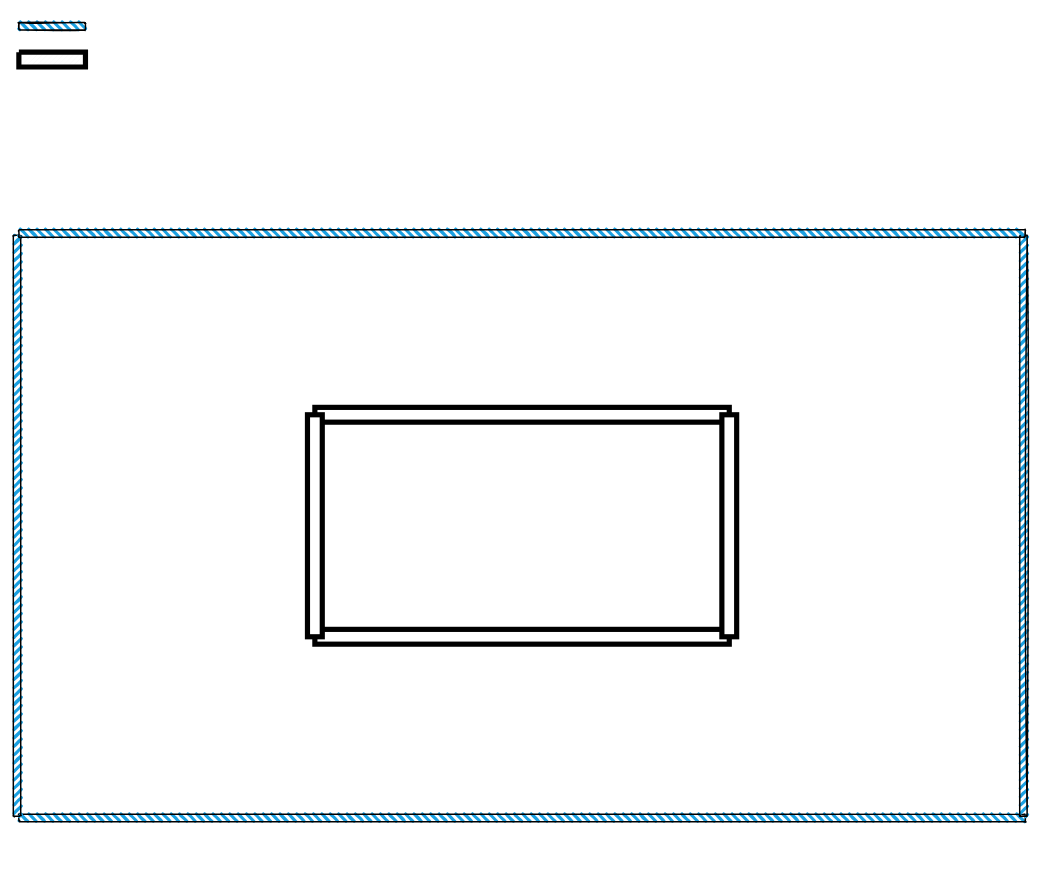
Before: Untitled Diagram.drawio in Zet03/zet-Portfolio, a draw.io diagram. Source tidied: cells renumbered, new cells numbered last; positions are measured from the earlier drawing's top-left corner, leaving out a move shared by most shapes. Both pictures are drawn from the tidied source at 74%, with x=0, y=0 at pixel (-274, 22).
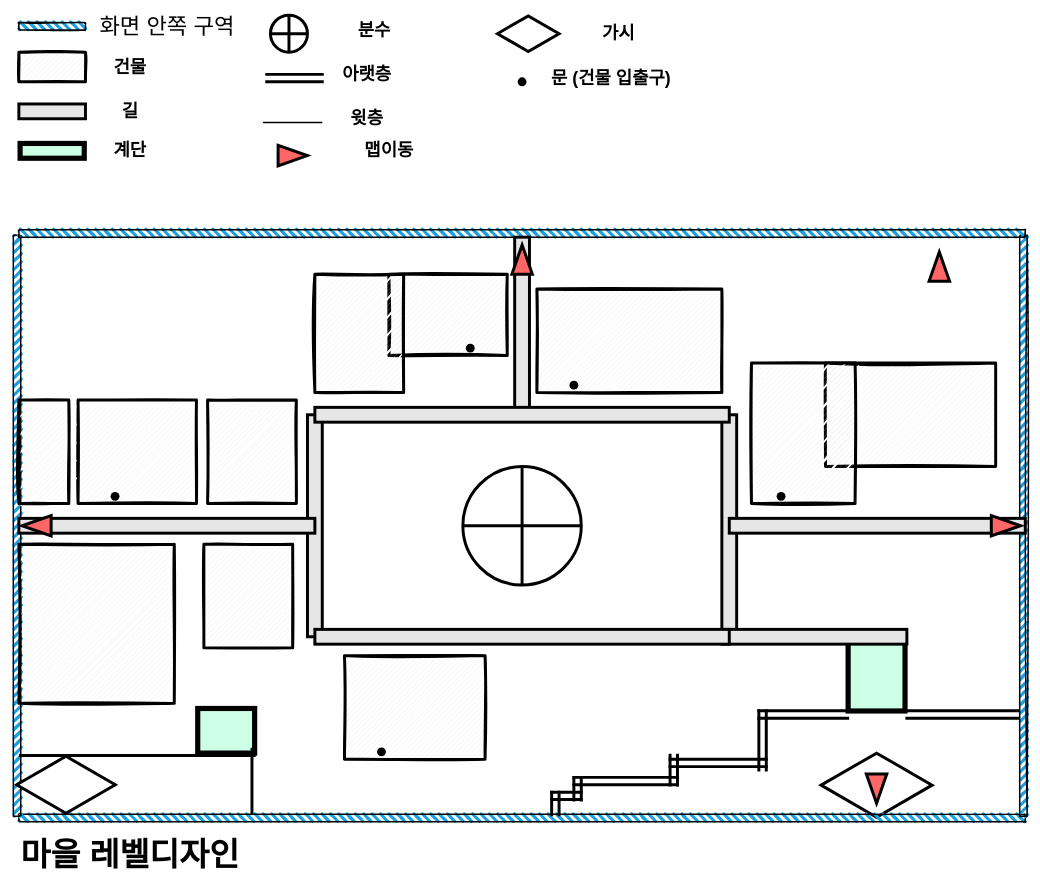
After the change.

Diff of the diagram source:
```diff
@@
+    <mxCell id="12" style="html=1;whiteSpace=wrap;shape=isoRectangle;shadow=0;sketch=0;strokeWidth=4;fillColor=#FFFFFF;gradientColor=#FFFFFF;" parent="1" vertex="1">
+      <mxGeometry x="1479.1" y="985.5" width="150" height="90" as="geometry" />
+    </mxCell>
+    <mxCell id="13" style="verticalLabelPosition=bottom;verticalAlign=top;html=1;shape=mxgraph.basic.patternFillRect;fillStyle=diag;step=5;fillStrokeWidth=0.2;fillStrokeColor=#dddddd;strokeWidth=4;gradientColor=#ffffff;fillColor=#FFFFFF;gradientDirection=south;shadow=0;sketch=1;" parent="1" vertex="1">
+      <mxGeometry x="895" y="340" width="160" height="110" as="geometry" />
+    </mxCell>
+    <mxCell id="14" style="rounded=0;whiteSpace=wrap;html=1;strokeWidth=7;rotation=90;fillColor=#CCFFE6;" parent="1" vertex="1">
+      <mxGeometry x="1503.9" y="841.7" width="100.3" height="76.9" as="geometry" />
+    </mxCell>
@@
-    <mxCell id="7" style="verticalLabelPosition=bottom;verticalAlign=top;html=1;shape=mxgraph.basic.patternFillRect;fillStyle=diag;step=5;fillStrokeWidth=0.2;fillStrokeColor=#dddddd;strokeWidth=7;" parent="1" vertex="1">
-      <mxGeometry x="395" y="40" width="90" height="20" as="geometry" />
+    <mxCell id="7" style="verticalLabelPosition=bottom;verticalAlign=top;html=1;shape=mxgraph.basic.patternFillRect;fillStyle=diag;step=5;fillStrokeWidth=0.2;fillStrokeColor=#dddddd;strokeWidth=4;sketch=1;" parent="1" vertex="1">
+      <mxGeometry x="395" y="40" width="90" height="40" as="geometry" />
     </mxCell>
-    <mxCell id="8" style="rounded=0;whiteSpace=wrap;html=1;strokeWidth=7;" parent="1" vertex="1">
-      <mxGeometry x="795" y="520" width="560" height="20" as="geometry" />
-    </mxCell>
-    <mxCell id="9" style="rounded=0;whiteSpace=wrap;html=1;strokeWidth=7;" parent="1" vertex="1">
-      <mxGeometry x="795" y="820" width="560" height="20" as="geometry" />
-    </mxCell>
-    <mxCell id="10" style="rounded=0;whiteSpace=wrap;html=1;strokeWidth=7;" parent="1" vertex="1">
+    <mxCell id="10" style="rounded=0;whiteSpace=wrap;html=1;strokeWidth=4;fillColor=#E6E6E6;" parent="1" vertex="1">
       <mxGeometry x="785" y="530" width="20" height="300" as="geometry" />
     </mxCell>
-    <mxCell id="11" style="rounded=0;whiteSpace=wrap;html=1;strokeWidth=7;" parent="1" vertex="1">
+    <mxCell id="11" style="rounded=0;whiteSpace=wrap;html=1;strokeWidth=4;fillColor=#E6E6E6;" parent="1" vertex="1">
       <mxGeometry x="1345" y="530" width="20" height="300" as="geometry" />
     </mxCell>
+    <mxCell id="15" style="rounded=0;whiteSpace=wrap;html=1;strokeWidth=4;fillColor=#E6E6E6;" parent="1" vertex="1">
+      <mxGeometry x="1065" y="290" width="20" height="240" as="geometry" />
+    </mxCell>
+    <mxCell id="16" style="rounded=0;whiteSpace=wrap;html=1;strokeWidth=4;fillColor=#E6E6E6;rotation=90;" parent="1" vertex="1">
+      <mxGeometry x="1460" y="705" width="20" height="250" as="geometry" />
+    </mxCell>
+    <mxCell id="9" style="rounded=0;whiteSpace=wrap;html=1;strokeWidth=4;fillColor=#E6E6E6;" parent="1" vertex="1">
+      <mxGeometry x="795" y="820" width="560" height="20" as="geometry" />
+    </mxCell>
+    <mxCell id="8" style="rounded=0;whiteSpace=wrap;html=1;strokeWidth=4;fillColor=#E6E6E6;" parent="1" vertex="1">
+      <mxGeometry x="795" y="520" width="560" height="20" as="geometry" />
+    </mxCell>
+    <mxCell id="17" style="rounded=0;whiteSpace=wrap;html=1;strokeWidth=4;fillColor=#E6E6E6;" parent="1" vertex="1">
+      <mxGeometry x="395" y="670" width="400" height="20" as="geometry" />
+    </mxCell>
+    <mxCell id="18" style="rounded=0;whiteSpace=wrap;html=1;strokeWidth=4;fillColor=#E6E6E6;" parent="1" vertex="1">
+      <mxGeometry x="1355" y="670" width="400" height="20" as="geometry" />
+    </mxCell>
+    <mxCell id="19" style="rounded=0;whiteSpace=wrap;html=1;strokeWidth=4;fillColor=#E6E6E6;" parent="1" vertex="1">
+      <mxGeometry x="395" y="110" width="90" height="20" as="geometry" />
+    </mxCell>
+    <mxCell id="20" style="rounded=0;whiteSpace=wrap;html=1;strokeWidth=7;rotation=90;fillColor=#CCFFE6;" parent="1" vertex="1">
+      <mxGeometry x="645" y="918.6" width="60.3" height="76.9" as="geometry" />
+    </mxCell>
+    <mxCell id="21" style="line;strokeWidth=4;html=1;perimeter=backbonePerimeter;fillColor=#CCFFE6;gradientColor=#ffffff;" parent="1" vertex="1">
+      <mxGeometry x="395" y="985.5" width="320" height="10" as="geometry" />
+    </mxCell>
+    <mxCell id="22" style="line;strokeWidth=4;html=1;perimeter=backbonePerimeter;fillColor=#CCFFE6;gradientColor=#ffffff;rotation=90;" parent="1" vertex="1">
+      <mxGeometry x="665" y="1020" width="90" height="10" as="geometry" />
+    </mxCell>
+    <mxCell id="23" style="rounded=0;whiteSpace=wrap;html=1;strokeWidth=7;rotation=90;fillColor=#CCFFE6;" parent="1" vertex="1">
+      <mxGeometry x="430" y="130" width="20" height="86.7" as="geometry" />
+    </mxCell>
+    <mxCell id="24" style="verticalLabelPosition=bottom;verticalAlign=top;html=1;shape=mxgraph.basic.patternFillRect;fillStyle=diag;step=5;fillStrokeWidth=0.2;fillStrokeColor=#dddddd;strokeWidth=4;gradientColor=#ffffff;fillColor=#FFFFFF;gradientDirection=south;shadow=0;sketch=1;" parent="1" vertex="1">
+      <mxGeometry x="795" y="340" width="120" height="160" as="geometry" />
+    </mxCell>
+    <mxCell id="25" style="verticalLabelPosition=bottom;verticalAlign=top;html=1;shape=mxgraph.basic.patternFillRect;fillStyle=diag;step=5;fillStrokeWidth=0.2;fillStrokeColor=#dddddd;shadow=0;sketch=1;strokeWidth=4;fillColor=#FFFFFF;gradientColor=#FFFFFF;" parent="1" vertex="1">
+      <mxGeometry x="650" y="510" width="120" height="140" as="geometry" />
+    </mxCell>
+    <mxCell id="26" style="verticalLabelPosition=bottom;verticalAlign=top;html=1;shape=mxgraph.basic.patternFillRect;fillStyle=diag;step=5;fillStrokeWidth=0.2;fillStrokeColor=#dddddd;shadow=0;sketch=1;strokeWidth=4;fillColor=#FFFFFF;gradientColor=#FFFFFF;" parent="1" vertex="1">
+      <mxGeometry x="475" y="510" width="160" height="140" as="geometry" />
+    </mxCell>
+    <mxCell id="27" style="verticalLabelPosition=bottom;verticalAlign=top;html=1;shape=mxgraph.basic.patternFillRect;fillStyle=diag;step=5;fillStrokeWidth=0.2;fillStrokeColor=#dddddd;shadow=0;sketch=1;strokeWidth=4;fillColor=#FFFFFF;gradientColor=#FFFFFF;" parent="1" vertex="1">
+      <mxGeometry x="395" y="510" width="67.5" height="140" as="geometry" />
+    </mxCell>
+    <mxCell id="28" style="verticalLabelPosition=bottom;verticalAlign=top;html=1;shape=mxgraph.basic.patternFillRect;fillStyle=diag;step=5;fillStrokeWidth=0.2;fillStrokeColor=#dddddd;shadow=0;sketch=1;strokeWidth=4;fillColor=#FFFFFF;gradientColor=#FFFFFF;" parent="1" vertex="1">
+      <mxGeometry x="645" y="705" width="120" height="140" as="geometry" />
+    </mxCell>
+    <mxCell id="29" style="verticalLabelPosition=bottom;verticalAlign=top;html=1;shape=mxgraph.basic.patternFillRect;fillStyle=diag;step=5;fillStrokeWidth=0.2;fillStrokeColor=#dddddd;shadow=0;sketch=1;strokeWidth=4;fillColor=#FFFFFF;gradientColor=#FFFFFF;" parent="1" vertex="1">
+      <mxGeometry x="835" y="855.5" width="190" height="140" as="geometry" />
+    </mxCell>
+    <mxCell id="30" style="verticalLabelPosition=bottom;verticalAlign=top;html=1;shape=mxgraph.basic.patternFillRect;fillStyle=diag;step=5;fillStrokeWidth=0.2;fillStrokeColor=#dddddd;shadow=0;sketch=1;strokeWidth=4;fillColor=#FFFFFF;gradientColor=#FFFFFF;" parent="1" vertex="1">
+      <mxGeometry x="1095" y="360" width="250" height="140" as="geometry" />
+    </mxCell>
+    <mxCell id="31" style="verticalLabelPosition=bottom;verticalAlign=top;html=1;shape=mxgraph.basic.patternFillRect;fillStyle=diag;step=5;fillStrokeWidth=0.2;fillStrokeColor=#dddddd;strokeWidth=4;gradientColor=#ffffff;fillColor=#FFFFFF;gradientDirection=south;shadow=0;sketch=1;" parent="1" vertex="1">
+      <mxGeometry x="1485" y="460" width="230" height="140" as="geometry" />
+    </mxCell>
+    <mxCell id="32" style="verticalLabelPosition=bottom;verticalAlign=top;html=1;shape=mxgraph.basic.patternFillRect;fillStyle=diag;step=5;fillStrokeWidth=0.2;fillStrokeColor=#dddddd;strokeWidth=4;gradientColor=#ffffff;fillColor=#FFFFFF;gradientDirection=south;shadow=0;sketch=1;" parent="1" vertex="1">
+      <mxGeometry x="1385" y="460" width="140" height="190" as="geometry" />
+    </mxCell>
+    <mxCell id="33" style="shape=orEllipse;perimeter=ellipsePerimeter;whiteSpace=wrap;html=1;backgroundOutline=1;shadow=0;sketch=0;strokeWidth=4;fillColor=#FFFFFF;gradientColor=#FFFFFF;" parent="1" vertex="1">
+      <mxGeometry x="995" y="600" width="160" height="160" as="geometry" />
+    </mxCell>
+    <mxCell id="34" style="shape=orEllipse;perimeter=ellipsePerimeter;whiteSpace=wrap;html=1;backgroundOutline=1;shadow=0;sketch=0;strokeWidth=4;fillColor=#FFFFFF;gradientColor=#FFFFFF;" parent="1" vertex="1">
+      <mxGeometry x="735" y="-10" width="50" height="50" as="geometry" />
+    </mxCell>
+    <mxCell id="35" style="html=1;shadow=0;dashed=0;align=center;verticalAlign=middle;shape=mxgraph.arrows2.arrow;dy=0.6;dx=40;direction=south;notch=0;sketch=0;strokeWidth=4;fillColor=#FF6666;" parent="1" vertex="1">
+      <mxGeometry x="1540.2" y="1015.5" width="27.7" height="39.5" as="geometry" />
+    </mxCell>
+    <mxCell id="36" style="html=1;shadow=0;dashed=0;align=center;verticalAlign=middle;shape=mxgraph.arrows2.arrow;dy=0.6;dx=40;direction=south;notch=0;sketch=0;strokeWidth=4;rotation=-90;fillColor=#FF6666;" parent="1" vertex="1">
+      <mxGeometry x="1715" y="660.2" width="27.7" height="39.5" as="geometry" />
+    </mxCell>
+    <mxCell id="37" style="html=1;shadow=0;dashed=0;align=center;verticalAlign=middle;shape=mxgraph.arrows2.arrow;dy=0.6;dx=40;direction=south;notch=0;sketch=0;strokeWidth=4;rotation=-180;fillColor=#FF6666;" parent="1" vertex="1">
+      <mxGeometry x="1061.2" y="300.5" width="27.7" height="39.5" as="geometry" />
+    </mxCell>
+    <mxCell id="38" style="html=1;shadow=0;dashed=0;align=center;verticalAlign=middle;shape=mxgraph.arrows2.arrow;dy=0.6;dx=40;direction=south;notch=0;sketch=0;strokeWidth=4;rotation=90;fillColor=#FF6666;" parent="1" vertex="1">
+      <mxGeometry x="405" y="660.2" width="27.7" height="39.5" as="geometry" />
+    </mxCell>
+    <mxCell id="39" style="shape=partialRectangle;whiteSpace=wrap;html=1;left=0;right=0;fillColor=none;shadow=0;sketch=0;strokeWidth=4;" parent="1" vertex="1">
+      <mxGeometry x="1395" y="930" width="120" height="10" as="geometry" />
+    </mxCell>
+    <mxCell id="40" style="shape=partialRectangle;whiteSpace=wrap;html=1;left=0;right=0;fillColor=none;shadow=0;sketch=0;strokeWidth=4;" parent="1" vertex="1">
+      <mxGeometry x="1275" y="995.5" width="130" height="10" as="geometry" />
+    </mxCell>
+    <mxCell id="41" style="shape=partialRectangle;whiteSpace=wrap;html=1;left=0;right=0;fillColor=none;shadow=0;sketch=0;strokeWidth=4;" parent="1" vertex="1">
+      <mxGeometry x="1145" y="1020" width="140" height="10" as="geometry" />
+    </mxCell>
+    <mxCell id="42" style="shape=partialRectangle;whiteSpace=wrap;html=1;left=0;right=0;fillColor=none;shadow=0;sketch=0;strokeWidth=4;" parent="1" vertex="1">
+      <mxGeometry x="1115" y="1040" width="40" height="10" as="geometry" />
+    </mxCell>
+    <mxCell id="43" style="shape=partialRectangle;whiteSpace=wrap;html=1;bottom=0;top=0;fillColor=none;shadow=0;sketch=0;strokeWidth=4;" parent="1" vertex="1">
+      <mxGeometry x="1395" y="930" width="10" height="80" as="geometry" />
+    </mxCell>
+    <mxCell id="44" style="shape=partialRectangle;whiteSpace=wrap;html=1;bottom=0;top=0;fillColor=none;shadow=0;sketch=0;strokeWidth=4;" parent="1" vertex="1">
+      <mxGeometry x="1275" y="990" width="10" height="40.5" as="geometry" />
+    </mxCell>
+    <mxCell id="45" style="shape=partialRectangle;whiteSpace=wrap;html=1;bottom=0;top=0;fillColor=none;shadow=0;sketch=0;strokeWidth=4;" parent="1" vertex="1">
+      <mxGeometry x="1145" y="1020" width="10" height="30.5" as="geometry" />
+    </mxCell>
+    <mxCell id="46" style="shape=partialRectangle;whiteSpace=wrap;html=1;bottom=0;top=0;fillColor=none;shadow=0;sketch=0;strokeWidth=4;" parent="1" vertex="1">
+      <mxGeometry x="1115" y="1040" width="10" height="30.5" as="geometry" />
+    </mxCell>
+    <mxCell id="47" style="shape=partialRectangle;whiteSpace=wrap;html=1;left=0;right=0;fillColor=none;shadow=0;sketch=0;strokeWidth=4;" parent="1" vertex="1">
+      <mxGeometry x="1595" y="930" width="150" height="10" as="geometry" />
+    </mxCell>
+    <mxCell id="48" style="shape=partialRectangle;whiteSpace=wrap;html=1;left=0;right=0;fillColor=none;shadow=0;sketch=0;strokeWidth=4;" parent="1" vertex="1">
+      <mxGeometry x="730" y="70" width="75" height="10" as="geometry" />
+    </mxCell>
+    <mxCell id="49" value="&lt;span style=&quot;font-size: 30px&quot;&gt;화면 안쪽 구역&lt;/span&gt;" style="text;html=1;align=center;verticalAlign=middle;strokeColor=none;" parent="1" vertex="1">
+      <mxGeometry x="490" y="-10" width="210" height="30" as="geometry" />
+    </mxCell>
+    <mxCell id="50" value="건물" style="text;strokeColor=none;fillColor=none;html=1;fontSize=24;fontStyle=1;verticalAlign=middle;align=center;shadow=0;sketch=0;" parent="1" vertex="1">
+      <mxGeometry x="495" y="40" width="100" height="40" as="geometry" />
+    </mxCell>
+    <mxCell id="51" value="길" style="text;strokeColor=none;fillColor=none;html=1;fontSize=24;fontStyle=1;verticalAlign=middle;align=center;shadow=0;sketch=0;" parent="1" vertex="1">
+      <mxGeometry x="495" y="100" width="100" height="40" as="geometry" />
+    </mxCell>
+    <mxCell id="52" value="분수" style="text;strokeColor=none;fillColor=none;html=1;fontSize=24;fontStyle=1;verticalAlign=middle;align=center;shadow=0;sketch=0;" parent="1" vertex="1">
+      <mxGeometry x="825" y="-10" width="100" height="40" as="geometry" />
+    </mxCell>
+    <mxCell id="53" value="아랫층" style="text;strokeColor=none;fillColor=none;html=1;fontSize=24;fontStyle=1;verticalAlign=middle;align=center;shadow=0;sketch=0;" parent="1" vertex="1">
+      <mxGeometry x="815" y="50" width="100" height="40" as="geometry" />
+    </mxCell>
+    <mxCell id="54" style="line;strokeWidth=2;html=1;shadow=0;sketch=0;fillColor=#FFFFFF;gradientColor=#FFFFFF;" parent="1" vertex="1">
+      <mxGeometry x="725" y="130" width="80" height="10" as="geometry" />
+    </mxCell>
+    <mxCell id="55" value="윗층" style="text;strokeColor=none;fillColor=none;html=1;fontSize=24;fontStyle=1;verticalAlign=middle;align=center;shadow=0;sketch=0;" parent="1" vertex="1">
+      <mxGeometry x="815" y="110" width="100" height="40" as="geometry" />
+    </mxCell>
+    <mxCell id="56" value="계단" style="text;strokeColor=none;fillColor=none;html=1;fontSize=24;fontStyle=1;verticalAlign=middle;align=center;shadow=0;sketch=0;" parent="1" vertex="1">
+      <mxGeometry x="495" y="153.4" width="100" height="40" as="geometry" />
+    </mxCell>
+    <mxCell id="57" style="html=1;shadow=0;dashed=0;align=center;verticalAlign=middle;shape=mxgraph.arrows2.arrow;dy=0.6;dx=40;direction=south;notch=0;sketch=0;strokeWidth=4;rotation=-180;fillColor=#FF6666;" parent="1" vertex="1">
+      <mxGeometry x="1625" y="310" width="27.7" height="39.5" as="geometry" />
+    </mxCell>
+    <mxCell id="58" style="html=1;shadow=0;dashed=0;align=center;verticalAlign=middle;shape=mxgraph.arrows2.arrow;dy=0.6;dx=40;direction=south;notch=0;sketch=0;strokeWidth=4;rotation=-90;fillColor=#FF6666;" parent="1" vertex="1">
+      <mxGeometry x="751.2" y="160" width="27.7" height="39.5" as="geometry" />
+    </mxCell>
+    <mxCell id="59" value="맵이동" style="text;strokeColor=none;fillColor=none;html=1;fontSize=24;fontStyle=1;verticalAlign=middle;align=center;shadow=0;sketch=0;" parent="1" vertex="1">
+      <mxGeometry x="845" y="153.4" width="100" height="40" as="geometry" />
+    </mxCell>
+    <mxCell id="60" style="verticalLabelPosition=bottom;verticalAlign=top;html=1;shape=mxgraph.basic.patternFillRect;fillStyle=diag;step=5;fillStrokeWidth=0.2;fillStrokeColor=#dddddd;shadow=0;sketch=1;strokeWidth=4;fillColor=#FFFFFF;gradientColor=#FFFFFF;" parent="1" vertex="1">
+      <mxGeometry x="395" y="705" width="210" height="215" as="geometry" />
+    </mxCell>
+    <mxCell id="61" style="html=1;whiteSpace=wrap;shape=isoRectangle;shadow=0;sketch=0;strokeWidth=4;fillColor=#FFFFFF;gradientColor=#FFFFFF;" parent="1" vertex="1">
+      <mxGeometry x="1041.7" y="-10" width="83.3" height="50" as="geometry" />
+    </mxCell>
+    <mxCell id="62" value="가시" style="text;strokeColor=none;fillColor=none;html=1;fontSize=24;fontStyle=1;verticalAlign=middle;align=center;shadow=0;sketch=0;" parent="1" vertex="1">
+      <mxGeometry x="1155" y="-5" width="100" height="40" as="geometry" />
+    </mxCell>
+    <mxCell id="63" style="html=1;whiteSpace=wrap;shape=isoRectangle;shadow=0;sketch=0;strokeWidth=4;fillColor=#FFFFFF;gradientColor=#FFFFFF;" parent="1" vertex="1">
+      <mxGeometry x="392" y="990" width="133.3" height="80" as="geometry" />
+    </mxCell>
+    <mxCell id="64" style="shape=waypoint;sketch=0;size=6;fillColor=none;perimeter=centerPerimeter;shadow=0;strokeWidth=4;" parent="1" vertex="1">
+      <mxGeometry x="1405" y="620.2" width="40" height="40" as="geometry" />
+    </mxCell>
+    <mxCell id="65" style="shape=waypoint;sketch=0;size=6;fillColor=none;perimeter=centerPerimeter;shadow=0;strokeWidth=4;" parent="1" vertex="1">
+      <mxGeometry x="1055" y="60" width="40" height="40" as="geometry" />
+    </mxCell>
+    <mxCell id="66" value="문 (건물 입출구)" style="text;strokeColor=none;fillColor=none;html=1;fontSize=24;fontStyle=1;verticalAlign=middle;align=center;shadow=0;sketch=0;" parent="1" vertex="1">
+      <mxGeometry x="1145" y="55" width="100" height="40" as="geometry" />
+    </mxCell>
+    <mxCell id="67" style="shape=waypoint;sketch=0;size=6;fillColor=none;perimeter=centerPerimeter;shadow=0;strokeWidth=4;" parent="1" vertex="1">
+      <mxGeometry x="1125" y="470" width="40" height="40" as="geometry" />
+    </mxCell>
+    <mxCell id="68" style="shape=waypoint;sketch=0;size=6;fillColor=none;perimeter=centerPerimeter;shadow=0;strokeWidth=4;" parent="1" vertex="1">
+      <mxGeometry x="985" y="420" width="40" height="40" as="geometry" />
+    </mxCell>
+    <mxCell id="69" style="shape=waypoint;sketch=0;size=6;fillColor=none;perimeter=centerPerimeter;shadow=0;strokeWidth=4;" parent="1" vertex="1">
+      <mxGeometry x="505" y="620.2" width="40" height="40" as="geometry" />
+    </mxCell>
+    <mxCell id="70" style="shape=waypoint;sketch=0;size=6;fillColor=none;perimeter=centerPerimeter;shadow=0;strokeWidth=4;" parent="1" vertex="1">
+      <mxGeometry x="865" y="965.5" width="40" height="40" as="geometry" />
+    </mxCell>
+    <mxCell id="71" value="&lt;font style=&quot;font-size: 44px&quot;&gt;마을 레벨디자인&lt;/font&gt;" style="text;strokeColor=none;fillColor=none;html=1;fontSize=24;fontStyle=1;verticalAlign=middle;align=center;shadow=0;sketch=0;" parent="1" vertex="1">
+      <mxGeometry x="495" y="1105" width="100" height="40" as="geometry" />
+    </mxCell>
```
